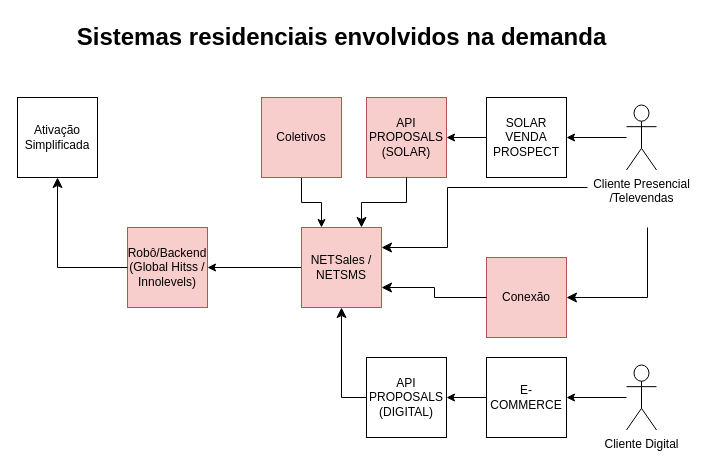
Before: page "Sistemas Alto Nível" (1 of 5) of 5GSA v2.drawio in samirali/ClaroBrasil, a draw.io diagram. Source tidied: cells renumbered, new cells numbered last; positions are measured from the earlier drawing's top-left corner, leaving out a move shared by most shapes. Both pictures are drawn from the tidied source at 100%, with x=0, y=0 at pixel (17, 17).
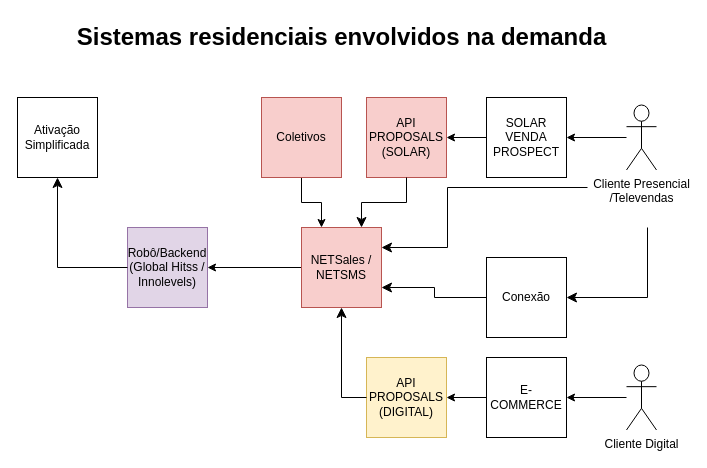
The same page after the edit.

The edit, as a diff of the source:
```diff
@@
-    <mxCell id="9" value="API PROPOSALS (DIGITAL)" style="whiteSpace=wrap;html=1;" parent="1" vertex="1">
+    <mxCell id="9" value="API PROPOSALS (DIGITAL)" style="whiteSpace=wrap;html=1;fillColor=#fff2cc;strokeColor=#d6b656;" parent="1" vertex="1">
       <mxGeometry x="349" y="340" width="80" height="80" as="geometry" />
     </mxCell>
@@
-    <mxCell id="16" value="Conexão" style="whiteSpace=wrap;html=1;fillColor=#f8cecc;strokeColor=#b85450;" parent="1" vertex="1">
+    <mxCell id="16" value="Conexão" style="whiteSpace=wrap;html=1;" parent="1" vertex="1">
       <mxGeometry x="469" y="240" width="80" height="80" as="geometry" />
     </mxCell>
@@
-    <mxCell id="19" value="Robô/Backend (Global Hitss / Innolevels)" style="whiteSpace=wrap;html=1;fillColor=#f8cecc;strokeColor=#b85450;" parent="1" vertex="1">
+    <mxCell id="19" value="Robô/Backend (Global Hitss / Innolevels)" style="whiteSpace=wrap;html=1;fillColor=#e1d5e7;strokeColor=#9673a6;" parent="1" vertex="1">
       <mxGeometry x="110" y="210" width="80" height="80" as="geometry" />
     </mxCell>
```
